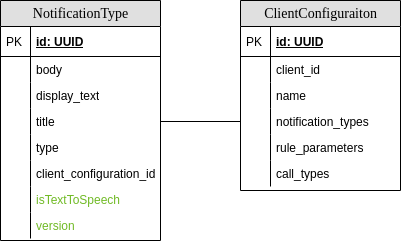
Earlier version of the draw.io export src/graphics/diagramms/erd_t2s_v01.drawio.png (jsvilling/IP6_Bachelorarbeit_Bericht_Cloudbasiertes_Praxisrufsystem). Source tidied: cells renumbered, new cells last; positions are measured from the earlier drawing's top-left corner, leaving out a move shared by most shapes.
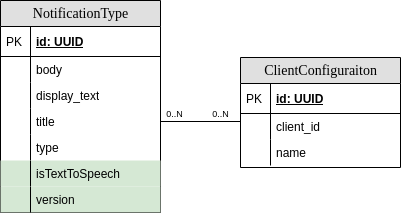
The same file after the commit.

What changed in the source:
```diff
@@ -3,7 +3,7 @@
     <mxCell id="0" />
     <mxCell id="1" parent="0" />
     <mxCell id="2" value="ClientConfiguraiton" style="swimlane;html=1;fontStyle=0;horizontal=1;startSize=26;fillColor=#e0e0e0;swimlaneFillColor=#ffffff;align=center;rounded=0;shadow=0;comic=0;labelBackgroundColor=none;strokeWidth=1;fontFamily=Verdana;fontSize=14;" parent="1" vertex="1">
-      <mxGeometry x="240" width="160" height="190" as="geometry" />
+      <mxGeometry x="240" y="57" width="160" height="110" as="geometry" />
     </mxCell>
     <mxCell id="3" value="id: UUID" style="shape=partialRectangle;top=0;left=0;right=0;bottom=1;html=1;align=left;verticalAlign=middle;fillColor=none;spacingLeft=34;spacingRight=4;whiteSpace=wrap;overflow=hidden;fontStyle=5;" parent="2" vertex="1">
       <mxGeometry y="26" width="160" height="30" as="geometry" />
@@ -23,26 +23,8 @@
     <mxCell id="8" style="shape=partialRectangle;top=0;left=0;bottom=0;html=1;fillColor=none;align=left;verticalAlign=top;spacingLeft=4;spacingRight=4;whiteSpace=wrap;overflow=hidden;" parent="7" vertex="1">
       <mxGeometry width="30" height="26" as="geometry" />
     </mxCell>
-    <mxCell id="9" value="notification_types" style="shape=partialRectangle;top=0;left=0;right=0;bottom=0;html=1;align=left;verticalAlign=top;fillColor=none;spacingLeft=34;spacingRight=4;whiteSpace=wrap;overflow=hidden;points=[[0,0.5],[1,0.5]];portConstraint=eastwest;" parent="2" vertex="1">
-      <mxGeometry y="108" width="160" height="26" as="geometry" />
-    </mxCell>
-    <mxCell id="10" style="shape=partialRectangle;top=0;left=0;bottom=0;html=1;fillColor=none;align=left;verticalAlign=top;spacingLeft=4;spacingRight=4;whiteSpace=wrap;overflow=hidden;" parent="9" vertex="1">
-      <mxGeometry width="30" height="26" as="geometry" />
-    </mxCell>
-    <mxCell id="11" value="rule_parameters" style="shape=partialRectangle;top=0;left=0;right=0;bottom=0;html=1;align=left;verticalAlign=top;fillColor=none;spacingLeft=34;spacingRight=4;whiteSpace=wrap;overflow=hidden;" parent="2" vertex="1">
-      <mxGeometry y="134" width="160" height="26" as="geometry" />
-    </mxCell>
-    <mxCell id="12" style="shape=partialRectangle;top=0;left=0;bottom=0;html=1;fillColor=none;align=left;verticalAlign=top;spacingLeft=4;spacingRight=4;whiteSpace=wrap;overflow=hidden;" parent="11" vertex="1">
-      <mxGeometry width="30" height="26" as="geometry" />
-    </mxCell>
-    <mxCell id="13" value="call_types" style="shape=partialRectangle;top=0;left=0;right=0;bottom=0;html=1;align=left;verticalAlign=top;fillColor=none;spacingLeft=34;spacingRight=4;whiteSpace=wrap;overflow=hidden;" parent="2" vertex="1">
-      <mxGeometry y="160" width="160" height="26" as="geometry" />
-    </mxCell>
-    <mxCell id="14" style="shape=partialRectangle;top=0;left=0;bottom=0;html=1;fillColor=none;align=left;verticalAlign=top;spacingLeft=4;spacingRight=4;whiteSpace=wrap;overflow=hidden;" parent="13" vertex="1">
-      <mxGeometry width="30" height="26" as="geometry" />
-    </mxCell>
     <mxCell id="15" value="NotificationType" style="swimlane;html=1;fontStyle=0;horizontal=1;startSize=26;fillColor=#e0e0e0;swimlaneFillColor=#ffffff;align=center;rounded=0;shadow=0;comic=0;labelBackgroundColor=none;strokeWidth=1;fontFamily=Verdana;fontSize=14;" parent="1" vertex="1">
-      <mxGeometry width="160" height="240" as="geometry" />
+      <mxGeometry width="160" height="212" as="geometry" />
     </mxCell>
     <mxCell id="16" value="id: UUID" style="shape=partialRectangle;top=0;left=0;right=0;bottom=1;html=1;align=left;verticalAlign=middle;fillColor=none;spacingLeft=34;spacingRight=4;whiteSpace=wrap;overflow=hidden;fontStyle=5;" parent="15" vertex="1">
       <mxGeometry y="26" width="160" height="30" as="geometry" />
@@ -74,26 +56,28 @@
     <mxCell id="25" style="shape=partialRectangle;top=0;left=0;bottom=0;html=1;fillColor=none;align=left;verticalAlign=top;spacingLeft=4;spacingRight=4;whiteSpace=wrap;overflow=hidden;" parent="24" vertex="1">
       <mxGeometry width="30" height="26" as="geometry" />
     </mxCell>
-    <mxCell id="26" value="client_configuration_id" style="shape=partialRectangle;top=0;left=0;right=0;bottom=0;html=1;align=left;verticalAlign=top;fillColor=none;spacingLeft=34;spacingRight=4;whiteSpace=wrap;overflow=hidden;" parent="15" vertex="1">
-      <mxGeometry y="160" width="160" height="26" as="geometry" />
-    </mxCell>
-    <mxCell id="27" style="shape=partialRectangle;top=0;left=0;bottom=0;html=1;fillColor=none;align=left;verticalAlign=top;spacingLeft=4;spacingRight=4;whiteSpace=wrap;overflow=hidden;" parent="26" vertex="1">
-      <mxGeometry width="30" height="26" as="geometry" />
-    </mxCell>
-    <mxCell id="28" value="isTextToSpeech" style="shape=partialRectangle;top=0;left=0;right=0;bottom=0;html=1;align=left;verticalAlign=top;fillColor=none;spacingLeft=34;spacingRight=4;whiteSpace=wrap;overflow=hidden;fontColor=#70BA25;" parent="15" vertex="1">
-      <mxGeometry y="186" width="160" height="26" as="geometry" />
+    <mxCell id="28" value="isTextToSpeech" style="shape=partialRectangle;top=0;left=0;right=0;bottom=0;html=1;align=left;verticalAlign=top;fillColor=#d5e8d4;spacingLeft=34;spacingRight=4;whiteSpace=wrap;overflow=hidden;strokeColor=#82b366;" parent="15" vertex="1">
+      <mxGeometry y="160" width="160" height="26" as="geometry" />
     </mxCell>
     <mxCell id="29" style="shape=partialRectangle;top=0;left=0;bottom=0;html=1;fillColor=none;align=left;verticalAlign=top;spacingLeft=4;spacingRight=4;whiteSpace=wrap;overflow=hidden;" parent="28" vertex="1">
       <mxGeometry width="30" height="26" as="geometry" />
     </mxCell>
-    <mxCell id="30" value="version" style="shape=partialRectangle;top=0;left=0;right=0;bottom=0;html=1;align=left;verticalAlign=top;fillColor=none;spacingLeft=34;spacingRight=4;whiteSpace=wrap;overflow=hidden;fontColor=#70BA25;" parent="15" vertex="1">
-      <mxGeometry y="212" width="160" height="26" as="geometry" />
+    <mxCell id="30" value="version" style="shape=partialRectangle;top=0;left=0;right=0;bottom=0;html=1;align=left;verticalAlign=top;fillColor=#d5e8d4;spacingLeft=34;spacingRight=4;whiteSpace=wrap;overflow=hidden;strokeColor=#82b366;" parent="15" vertex="1">
+      <mxGeometry y="186" width="160" height="26" as="geometry" />
     </mxCell>
     <mxCell id="31" style="shape=partialRectangle;top=0;left=0;bottom=0;html=1;fillColor=none;align=left;verticalAlign=top;spacingLeft=4;spacingRight=4;whiteSpace=wrap;overflow=hidden;" parent="30" vertex="1">
       <mxGeometry width="30" height="26" as="geometry" />
     </mxCell>
-    <mxCell id="32" style="endArrow=none;html=1;rounded=0;exitX=1;exitY=0.5;exitDx=0;exitDy=0;entryX=0;entryY=0.5;entryDx=0;entryDy=0;" parent="1" edge="1" source="22" target="9">
-      <mxGeometry relative="1" as="geometry" />
+    <mxCell id="32" style="endArrow=none;html=1;rounded=0;exitX=1;exitY=0.5;exitDx=0;exitDy=0;entryX=0;entryY=0.5;entryDx=0;entryDy=0;" parent="1" edge="1" source="22">
+      <mxGeometry relative="1" as="geometry">
+        <mxPoint x="240" y="121" as="targetPoint" />
+      </mxGeometry>
     </mxCell>
+    <mxCell id="33" value="&lt;font style=&quot;font-size: 9px&quot;&gt;0..N&lt;/font&gt;" style="text;html=1;align=center;verticalAlign=middle;strokeColor=none;fillColor=none;" parent="1" vertex="1">
+      <mxGeometry x="159" y="102" width="30" height="20" as="geometry" />
+    </mxCell>
+    <mxCell id="34" value="&lt;font style=&quot;font-size: 9px&quot;&gt;0..N&lt;/font&gt;" style="text;html=1;align=center;verticalAlign=middle;strokeColor=none;fillColor=none;" parent="1" vertex="1">
+      <mxGeometry x="205" y="102" width="30" height="20" as="geometry" />
+    </mxCell>
   </root>
 </mxGraphModel>
```
